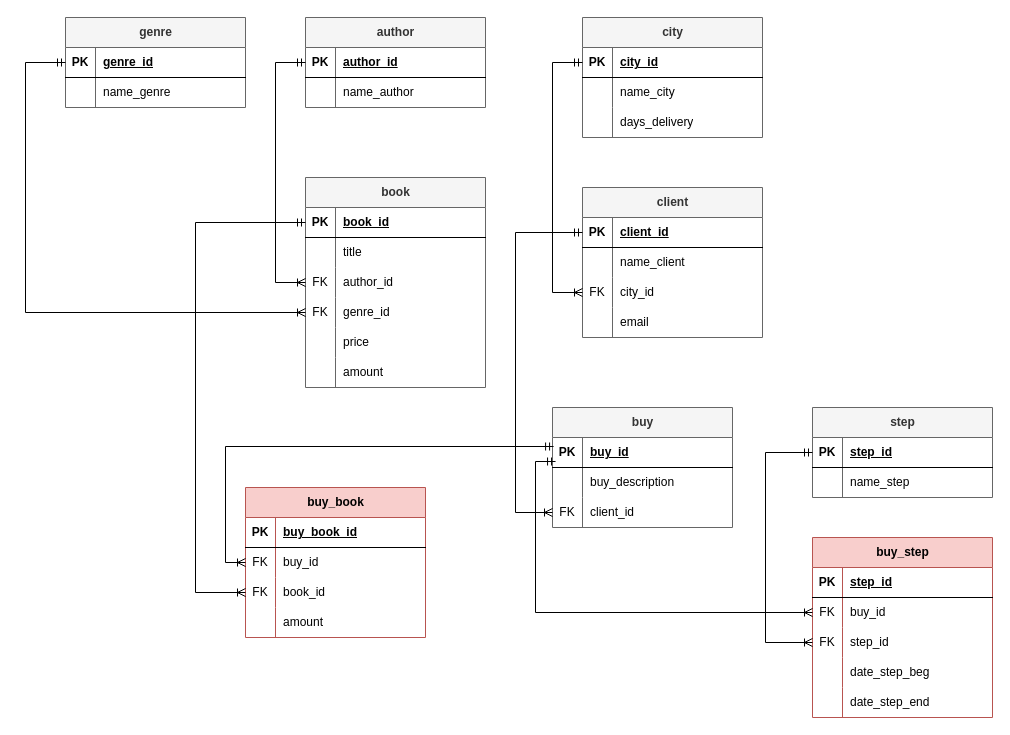
Before: Интернет-магазин книг.drawio in lenashlyakhovets/SQL_task, a draw.io diagram. Source tidied: cells renumbered, new cells numbered last; positions are measured from the earlier drawing's top-left corner, leaving out a move shared by most shapes. Both pictures are drawn from the tidied source at 100%, with x=0, y=0 at pixel (25, 17).
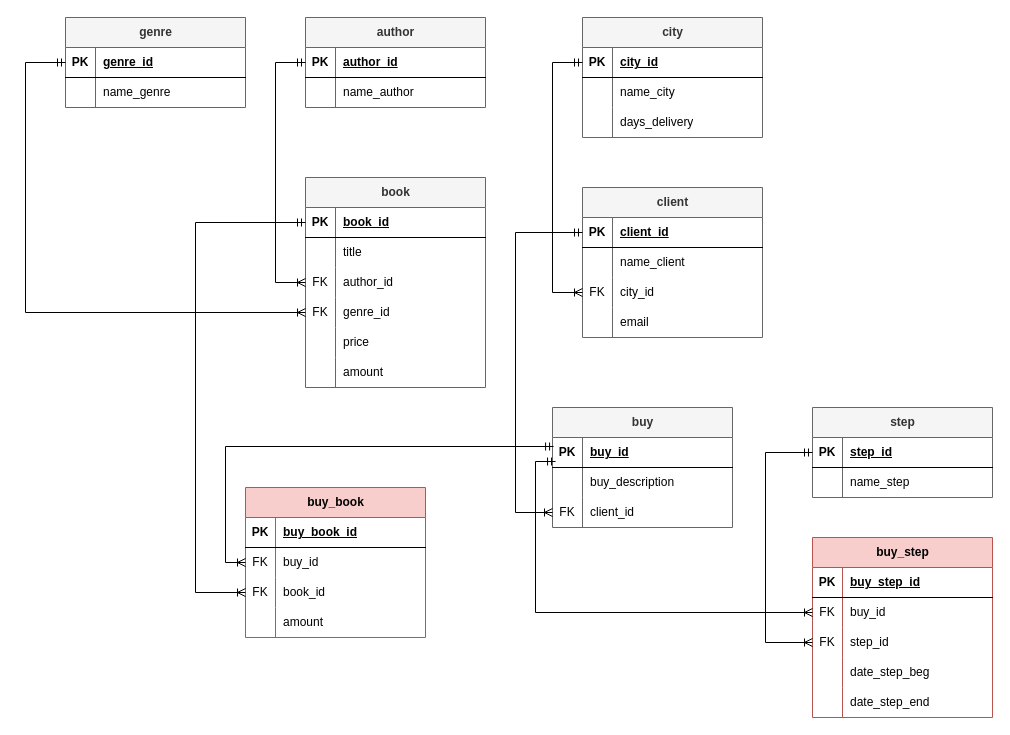
Above is the later version.

The change refers to these unchanged cells:
```xml
<mxCell id="95" style="shape=tableRow;horizontal=0;startSize=0;swimlaneHead=0;swimlaneBody=0;fillColor=none;top=0;left=0;right=0;bottom=1;" parent="94" vertex="1">
  <mxGeometry y="30" width="180" height="30" as="geometry" />
</mxCell>
```

What changed in the source:
```diff
@@
-    <mxCell id="97" value="step_id" style="shape=partialRectangle;fillColor=none;top=0;left=0;bottom=0;right=0;align=left;spacingLeft=6;fontStyle=5;overflow=hidden;whiteSpace=wrap;html=1;fontSize=12;" parent="95" vertex="1">
+    <mxCell id="97" value="buy_step_id" style="shape=partialRectangle;fillColor=none;top=0;left=0;bottom=0;right=0;align=left;spacingLeft=6;fontStyle=5;overflow=hidden;whiteSpace=wrap;html=1;fontSize=12;" parent="95" vertex="1">
       <mxGeometry x="30" width="150" height="30" as="geometry" />
     </mxCell>
```
